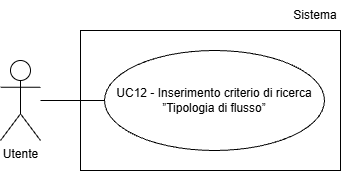
Earlier version of the draw.io export assets/Use_Case_Diagrams/UC12.png (Team-Three-Technologies/Documenti). Source tidied: cells renumbered, new cells last; positions are measured from the earlier drawing's top-left corner, leaving out a move shared by most shapes. Its diagram source:
```xml
<mxGraphModel>
  <root>
    <mxCell id="0" />
    <mxCell id="1" parent="0" />
    <mxCell id="2" value="Utente" style="shape=umlActor;verticalLabelPosition=bottom;verticalAlign=top;html=1;" parent="1" vertex="1">
      <mxGeometry y="60" width="40" height="80" as="geometry" />
    </mxCell>
    <mxCell id="3" value="UC12 - Inserimento criterio di ricerca ”Tipologia di flusso”" style="ellipse;whiteSpace=wrap;html=1;align=center;" parent="1" vertex="1">
      <mxGeometry x="104" y="50" width="220" height="100" as="geometry" />
    </mxCell>
    <mxCell id="4" style="endArrow=none;html=1;rounded=0;entryX=0;entryY=0.5;entryDx=0;entryDy=0;" parent="1" edge="1" target="3">
      <mxGeometry relative="1" as="geometry">
        <mxPoint x="40" y="100" as="sourcePoint" />
      </mxGeometry>
    </mxCell>
    <mxCell id="5" style="rounded=0;whiteSpace=wrap;html=1;fillColor=none;" parent="1" vertex="1">
      <mxGeometry x="80" y="30" width="260" height="140" as="geometry" />
    </mxCell>
    <mxCell id="6" value="Sistema" style="text;html=1;whiteSpace=wrap;strokeColor=none;fillColor=none;align=center;verticalAlign=middle;rounded=0;" parent="1" vertex="1">
      <mxGeometry x="290" width="50" height="30" as="geometry" />
    </mxCell>
  </root>
</mxGraphModel>
```
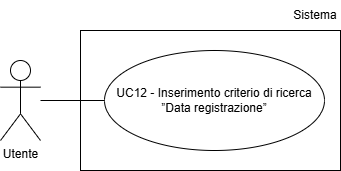
Above is the later version.

Change to the diagram source:
```diff
@@ -5,17 +5,17 @@
     <mxCell id="2" value="Utente" style="shape=umlActor;verticalLabelPosition=bottom;verticalAlign=top;html=1;" parent="1" vertex="1">
       <mxGeometry y="60" width="40" height="80" as="geometry" />
     </mxCell>
-    <mxCell id="3" value="UC12 - Inserimento criterio di ricerca ”Tipologia di flusso”" style="ellipse;whiteSpace=wrap;html=1;align=center;" parent="1" vertex="1">
-      <mxGeometry x="104" y="50" width="220" height="100" as="geometry" />
-    </mxCell>
-    <mxCell id="4" style="endArrow=none;html=1;rounded=0;entryX=0;entryY=0.5;entryDx=0;entryDy=0;" parent="1" edge="1" target="3">
-      <mxGeometry relative="1" as="geometry">
-        <mxPoint x="40" y="100" as="sourcePoint" />
-      </mxGeometry>
-    </mxCell>
-    <mxCell id="5" style="rounded=0;whiteSpace=wrap;html=1;fillColor=none;" parent="1" vertex="1">
-      <mxGeometry x="80" y="30" width="260" height="140" as="geometry" />
-    </mxCell>
+    <mxCell id="7" value="UC12 - Inserimento criterio di ricerca ”Data registrazione”" style="ellipse;whiteSpace=wrap;html=1;align=center;" parent="1" vertex="1">
+      <mxGeometry x="104" y="50" width="220" height="100" as="geometry" />
+    </mxCell>
+    <mxCell id="8" style="endArrow=none;html=1;rounded=0;entryX=0;entryY=0.5;entryDx=0;entryDy=0;" parent="1" edge="1" target="7">
+      <mxGeometry relative="1" as="geometry">
+        <mxPoint x="40" y="100" as="sourcePoint" />
+      </mxGeometry>
+    </mxCell>
+    <mxCell id="9" style="rounded=0;whiteSpace=wrap;html=1;fillColor=none;" parent="1" vertex="1">
+      <mxGeometry x="80" y="30" width="260" height="140" as="geometry" />
+    </mxCell>
     <mxCell id="6" value="Sistema" style="text;html=1;whiteSpace=wrap;strokeColor=none;fillColor=none;align=center;verticalAlign=middle;rounded=0;" parent="1" vertex="1">
       <mxGeometry x="290" width="50" height="30" as="geometry" />
     </mxCell>
```
